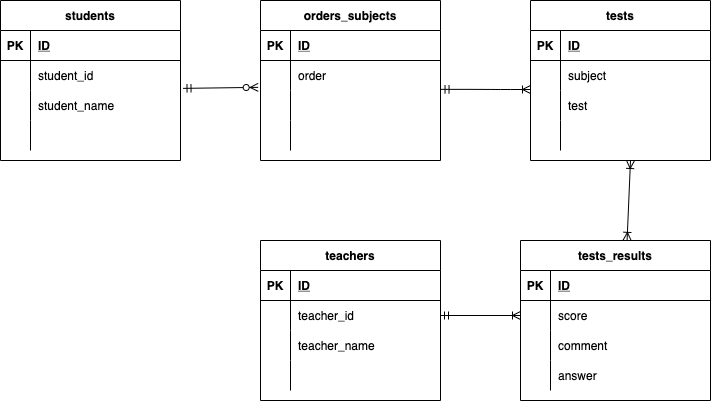
The draw.io diagram index3.drawio.png in wakaryo/data4, before a commit. Source tidied: cells renumbered, new cells last; positions are measured from the earlier drawing's top-left corner, leaving out a move shared by most shapes.
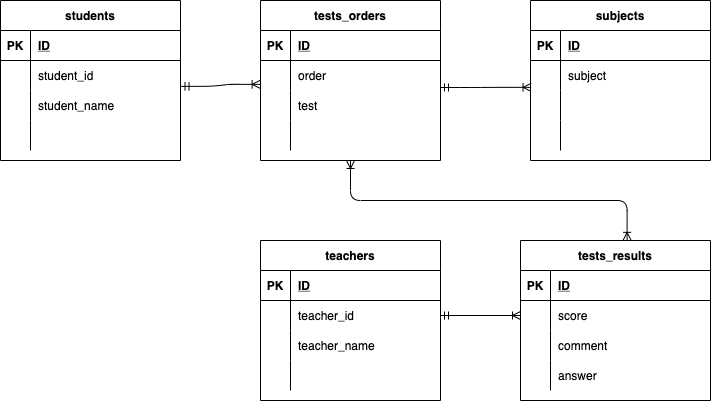
Above is the later version.

What changed in the source:
```diff
@@ -41,7 +41,7 @@
     <mxCell id="14" style="shape=partialRectangle;fillColor=none;top=0;left=0;bottom=0;right=0;align=left;spacingLeft=6;overflow=hidden;" parent="12" vertex="1">
       <mxGeometry x="30" width="150" height="30" as="geometry" />
     </mxCell>
-    <mxCell id="15" value="tests" style="shape=table;startSize=30;rowLines=0;fontStyle=1;align=center;" parent="1" vertex="1">
+    <mxCell id="15" value="subjects" style="shape=table;startSize=30;rowLines=0;fontStyle=1;align=center;" parent="1" vertex="1">
       <mxGeometry x="530" width="180" height="160" as="geometry" />
     </mxCell>
     <mxCell id="16" style="shape=partialRectangle;fillColor=none;top=0;left=0;bottom=1;right=0;" parent="15" vertex="1">
@@ -68,7 +68,7 @@
     <mxCell id="23" style="shape=partialRectangle;fillColor=none;top=0;left=0;bottom=0;right=0;overflow=hidden;" parent="22" vertex="1">
       <mxGeometry width="30" height="30" as="geometry" />
     </mxCell>
-    <mxCell id="24" value="test" style="shape=partialRectangle;fillColor=none;top=0;left=0;bottom=0;right=0;align=left;spacingLeft=6;overflow=hidden;" parent="22" vertex="1">
+    <mxCell id="24" style="shape=partialRectangle;fillColor=none;top=0;left=0;bottom=0;right=0;align=left;spacingLeft=6;overflow=hidden;" parent="22" vertex="1">
       <mxGeometry x="30" width="150" height="30" as="geometry" />
     </mxCell>
     <mxCell id="25" style="shape=partialRectangle;fillColor=none;top=0;left=0;bottom=0;right=0;" parent="15" vertex="1">
@@ -158,7 +158,7 @@
     <mxCell id="53" value="answer" style="shape=partialRectangle;fillColor=none;top=0;left=0;bottom=0;right=0;align=left;spacingLeft=6;overflow=hidden;" parent="51" vertex="1">
       <mxGeometry x="30" width="160" height="30" as="geometry" />
     </mxCell>
-    <mxCell id="54" value="orders_subjects" style="shape=table;startSize=30;rowLines=0;fontStyle=1;align=center;" parent="1" vertex="1">
+    <mxCell id="54" value="tests_orders" style="shape=table;startSize=30;rowLines=0;fontStyle=1;align=center;" parent="1" vertex="1">
       <mxGeometry x="260" width="180" height="160" as="geometry" />
     </mxCell>
     <mxCell id="55" style="shape=partialRectangle;fillColor=none;top=0;left=0;bottom=1;right=0;" parent="54" vertex="1">
@@ -185,7 +185,7 @@
     <mxCell id="62" style="shape=partialRectangle;fillColor=none;top=0;left=0;bottom=0;right=0;overflow=hidden;" parent="61" vertex="1">
       <mxGeometry width="30" height="30" as="geometry" />
     </mxCell>
-    <mxCell id="63" style="shape=partialRectangle;fillColor=none;top=0;left=0;bottom=0;right=0;align=left;spacingLeft=6;overflow=hidden;" parent="61" vertex="1">
+    <mxCell id="63" value="test" style="shape=partialRectangle;fillColor=none;top=0;left=0;bottom=0;right=0;align=left;spacingLeft=6;overflow=hidden;" parent="61" vertex="1">
       <mxGeometry x="30" width="150" height="30" as="geometry" />
     </mxCell>
     <mxCell id="64" style="shape=partialRectangle;fillColor=none;top=0;left=0;bottom=0;right=0;" parent="54" vertex="1">
@@ -197,21 +197,19 @@
     <mxCell id="66" style="shape=partialRectangle;fillColor=none;top=0;left=0;bottom=0;right=0;align=left;spacingLeft=6;overflow=hidden;" parent="64" vertex="1">
       <mxGeometry x="30" width="150" height="30" as="geometry" />
     </mxCell>
-    <mxCell id="67" style="fontSize=12;html=1;endArrow=ERzeroToMany;startArrow=ERmandOne;exitX=1.014;exitY=0.929;exitDx=0;exitDy=0;exitPerimeter=0;entryX=-0.013;entryY=0.895;entryDx=0;entryDy=0;entryPerimeter=0;" parent="1" edge="1" source="6" target="58">
-      <mxGeometry relative="1" as="geometry" />
-    </mxCell>
-    <mxCell id="68" style="edgeStyle=entityRelationEdgeStyle;fontSize=12;html=1;endArrow=ERoneToMany;startArrow=ERmandOne;exitX=1.003;exitY=0.962;exitDx=0;exitDy=0;exitPerimeter=0;" parent="1" edge="1" source="58">
-      <mxGeometry relative="1" as="geometry">
-        <mxPoint x="530" y="89" as="targetPoint" />
-      </mxGeometry>
-    </mxCell>
     <mxCell id="69" style="fontSize=12;html=1;endArrow=ERoneToMany;startArrow=ERmandOne;entryX=0;entryY=0.5;entryDx=0;entryDy=0;exitX=1;exitY=0.5;exitDx=0;exitDy=0;" parent="1" edge="1" source="32" target="45">
       <mxGeometry relative="1" as="geometry" />
     </mxCell>
-    <mxCell id="70" style="fontSize=12;html=1;endArrow=ERoneToMany;startArrow=ERoneToMany;exitX=0.561;exitY=-0.001;exitDx=0;exitDy=0;exitPerimeter=0;" parent="1" edge="1" source="41">
-      <mxGeometry relative="1" as="geometry">
-        <mxPoint x="630" y="160" as="targetPoint" />
-      </mxGeometry>
+    <mxCell id="70" style="fontSize=12;html=1;endArrow=ERoneToMany;startArrow=ERoneToMany;exitX=0.561;exitY=-0.001;exitDx=0;exitDy=0;exitPerimeter=0;entryX=0.5;entryY=1;entryDx=0;entryDy=0;edgeStyle=orthogonalEdgeStyle;" parent="1" edge="1" source="41" target="54">
+      <mxGeometry relative="1" as="geometry" />
     </mxCell>
+    <mxCell id="71" style="edgeStyle=entityRelationEdgeStyle;fontSize=12;html=1;endArrow=ERoneToMany;startArrow=ERmandOne;exitX=1.003;exitY=-0.138;exitDx=0;exitDy=0;exitPerimeter=0;entryX=-0.002;entryY=0.795;entryDx=0;entryDy=0;entryPerimeter=0;" parent="1" edge="1" source="9" target="58">
+      <mxGeometry relative="1" as="geometry" />
+    </mxCell>
+    <mxCell id="72" style="edgeStyle=entityRelationEdgeStyle;fontSize=12;html=1;endArrow=ERoneToMany;startArrow=ERmandOne;entryX=0.003;entryY=-0.105;entryDx=0;entryDy=0;entryPerimeter=0;" parent="1" edge="1" target="22">
+      <mxGeometry relative="1" as="geometry">
+        <mxPoint x="440" y="87" as="sourcePoint" />
+      </mxGeometry>
+    </mxCell>
   </root>
 </mxGraphModel>
```
